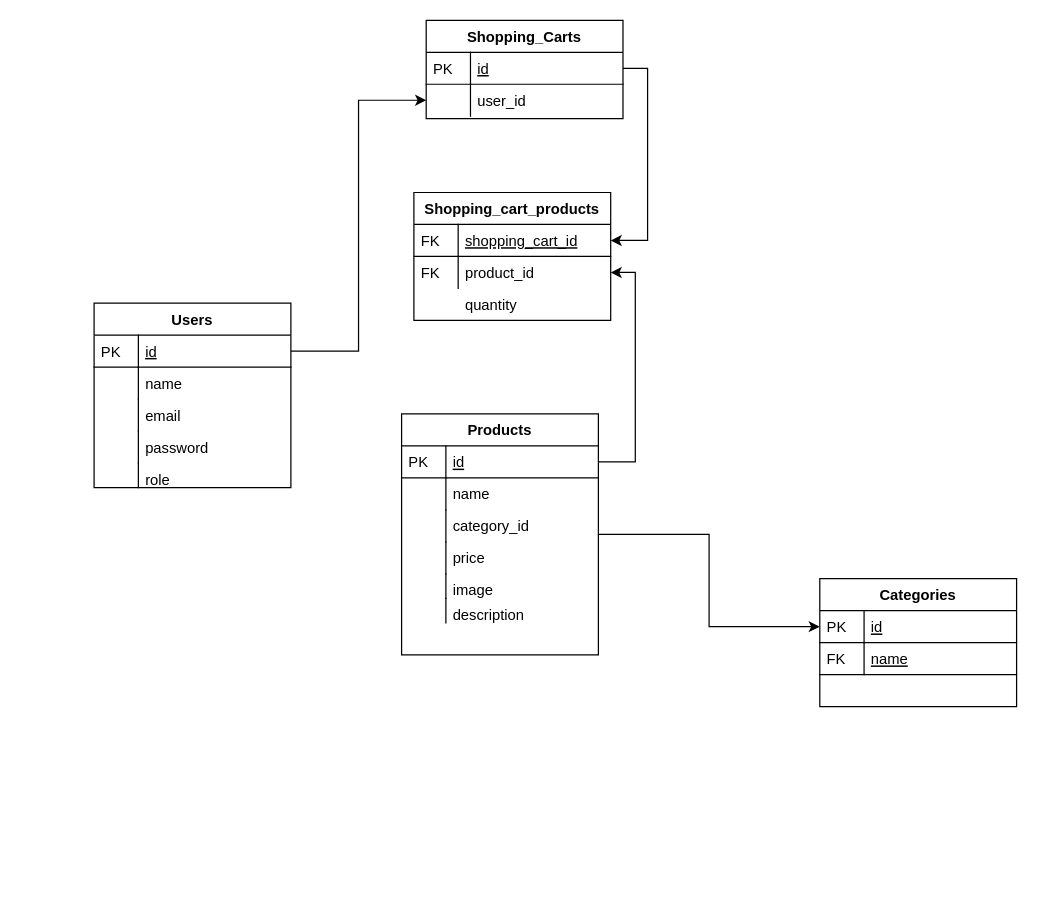
The draw.io diagram db/db-diagram/db-diagram.drawio in AdrianFadiga/e-commerce-api, before the edit. Source tidied: cells renumbered, new cells numbered last; positions are measured from the earlier drawing's top-left corner, leaving out a move shared by most shapes. Both pictures are drawn from the tidied source at 123%, with x=0, y=0 at pixel (93, 20).
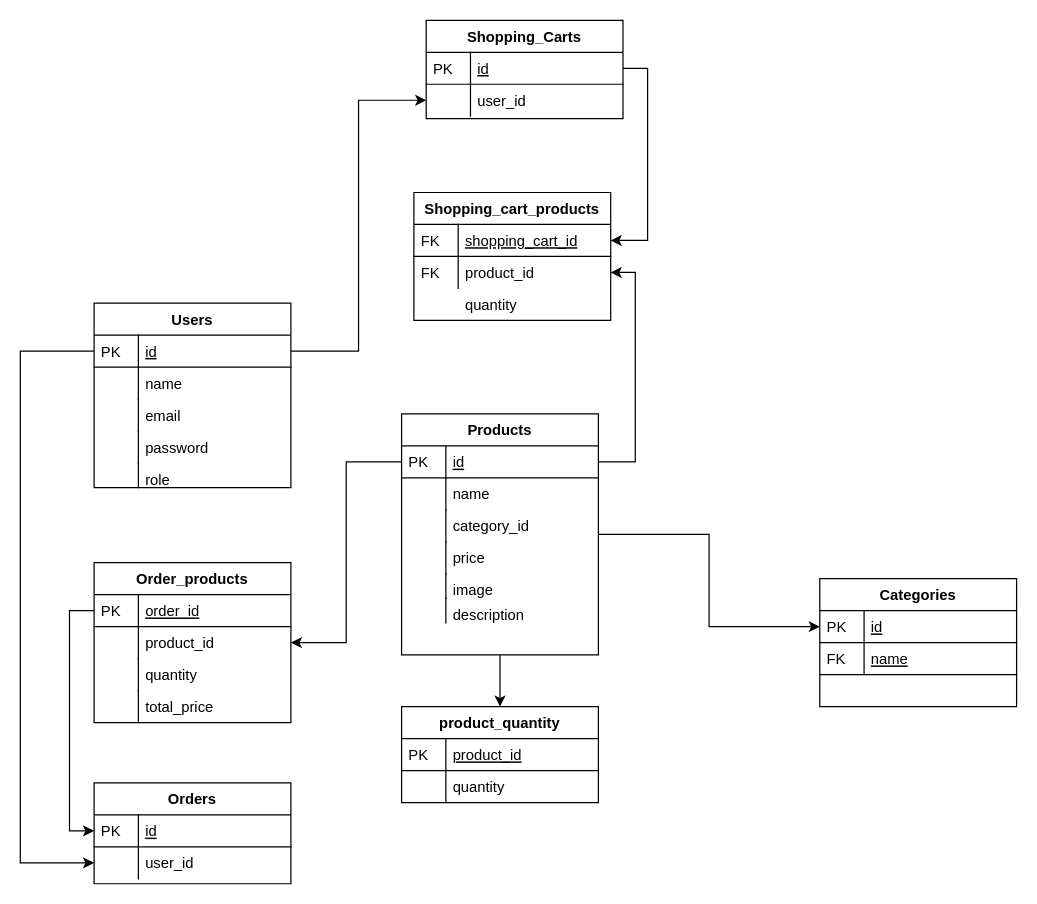
The same page after the edit.

Commit message (it also covers changes not shown here):
feat: add quantity to products

Unchanged cells that the change refers to:
```xml
<mxCell id="3" value="Products" style="swimlane;fontStyle=1;horizontal=1;startSize=26;rounded=0;shadow=0;strokeWidth=1;" parent="1" vertex="1">
  <mxGeometry x="250" y="320" width="160" height="196" as="geometry" />
</mxCell>
<mxCell id="4" value="id" style="shape=partialRectangle;top=0;left=0;right=0;bottom=1;align=left;verticalAlign=top;fillColor=none;spacingLeft=40;spacingRight=4;overflow=hidden;points=[[0,0.5],[1,0.5]];portConstraint=eastwest;rounded=0;shadow=0;strokeWidth=1;fontStyle=4;" parent="3" vertex="1">
  <mxGeometry y="26" width="160" height="26" as="geometry" />
</mxCell>
<mxCell id="22" value="id" style="shape=partialRectangle;top=0;left=0;right=0;bottom=1;align=left;verticalAlign=top;fillColor=none;spacingLeft=40;spacingRight=4;overflow=hidden;points=[[0,0.5],[1,0.5]];portConstraint=eastwest;rounded=0;shadow=0;strokeWidth=1;fontStyle=4;" parent="21" vertex="1">
  <mxGeometry y="26" width="160" height="26" as="geometry" />
</mxCell>
```

What changed in the source:
```diff
@@
+    <mxCell id="46" style="edgeStyle=orthogonalEdgeStyle;rounded=0;jettySize=auto;html=1;exitX=0.5;exitY=1;exitDx=0;exitDy=0;" parent="1" edge="1" source="3" target="64">
+      <mxGeometry relative="1" as="geometry" />
+    </mxCell>
@@
+    <mxCell id="47" value="Orders" style="swimlane;fontStyle=1;horizontal=1;startSize=26;rounded=0;shadow=0;strokeWidth=1;" parent="1" vertex="1">
+      <mxGeometry y="620" width="160" height="82" as="geometry" />
+    </mxCell>
+    <mxCell id="48" value="id" style="shape=partialRectangle;top=0;left=0;right=0;bottom=1;align=left;verticalAlign=top;fillColor=none;spacingLeft=40;spacingRight=4;overflow=hidden;points=[[0,0.5],[1,0.5]];portConstraint=eastwest;rounded=0;shadow=0;strokeWidth=1;fontStyle=4;" parent="47" vertex="1">
+      <mxGeometry y="26" width="160" height="26" as="geometry" />
+    </mxCell>
+    <mxCell id="49" value="PK" style="shape=partialRectangle;top=0;left=0;bottom=0;fillColor=none;align=left;verticalAlign=top;spacingLeft=4;spacingRight=4;overflow=hidden;" parent="48" vertex="1">
+      <mxGeometry width="36" height="26" as="geometry" />
+    </mxCell>
+    <mxCell id="50" value="user_id" style="shape=partialRectangle;top=0;left=0;right=0;bottom=0;align=left;verticalAlign=top;fillColor=none;spacingLeft=40;spacingRight=4;overflow=hidden;points=[[0,0.5],[1,0.5]];portConstraint=eastwest;rounded=0;shadow=0;strokeWidth=1;" parent="47" vertex="1">
+      <mxGeometry y="52" width="160" height="26" as="geometry" />
+    </mxCell>
+    <mxCell id="51" style="shape=partialRectangle;top=0;left=0;bottom=0;fillColor=none;align=left;verticalAlign=top;spacingLeft=4;spacingRight=4;overflow=hidden;" parent="50" vertex="1">
+      <mxGeometry width="36" height="26" as="geometry" />
+    </mxCell>
+    <mxCell id="52" value="Order_products" style="swimlane;fontStyle=1;horizontal=1;startSize=26;rounded=0;shadow=0;strokeWidth=1;" parent="1" vertex="1">
+      <mxGeometry y="441" width="160" height="130" as="geometry" />
+    </mxCell>
+    <mxCell id="53" value="order_id" style="shape=partialRectangle;top=0;left=0;right=0;bottom=1;align=left;verticalAlign=top;fillColor=none;spacingLeft=40;spacingRight=4;overflow=hidden;points=[[0,0.5],[1,0.5]];portConstraint=eastwest;rounded=0;shadow=0;strokeWidth=1;fontStyle=4;" parent="52" vertex="1">
+      <mxGeometry y="26" width="160" height="26" as="geometry" />
+    </mxCell>
+    <mxCell id="54" value="PK" style="shape=partialRectangle;top=0;left=0;bottom=0;fillColor=none;align=left;verticalAlign=top;spacingLeft=4;spacingRight=4;overflow=hidden;" parent="53" vertex="1">
+      <mxGeometry width="36" height="26" as="geometry" />
+    </mxCell>
+    <mxCell id="55" value="product_id" style="shape=partialRectangle;top=0;left=0;right=0;bottom=0;align=left;verticalAlign=top;fillColor=none;spacingLeft=40;spacingRight=4;overflow=hidden;points=[[0,0.5],[1,0.5]];portConstraint=eastwest;rounded=0;shadow=0;strokeWidth=1;" parent="52" vertex="1">
+      <mxGeometry y="52" width="160" height="26" as="geometry" />
+    </mxCell>
+    <mxCell id="56" style="shape=partialRectangle;top=0;left=0;bottom=0;fillColor=none;align=left;verticalAlign=top;spacingLeft=4;spacingRight=4;overflow=hidden;" parent="55" vertex="1">
+      <mxGeometry width="36" height="26" as="geometry" />
+    </mxCell>
+    <mxCell id="57" value="quantity" style="shape=partialRectangle;top=0;left=0;right=0;bottom=0;align=left;verticalAlign=top;fillColor=none;spacingLeft=40;spacingRight=4;overflow=hidden;rounded=0;shadow=0;strokeWidth=1;" parent="52" vertex="1">
+      <mxGeometry y="78" width="160" height="26" as="geometry" />
+    </mxCell>
+    <mxCell id="58" style="shape=partialRectangle;top=0;left=0;bottom=0;fillColor=none;align=left;verticalAlign=top;spacingLeft=4;spacingRight=4;overflow=hidden;" parent="57" vertex="1">
+      <mxGeometry width="36" height="26" as="geometry" />
+    </mxCell>
+    <mxCell id="59" value="total_price" style="shape=partialRectangle;top=0;left=0;right=0;bottom=0;align=left;verticalAlign=top;fillColor=none;spacingLeft=40;spacingRight=4;overflow=hidden;rounded=0;shadow=0;strokeWidth=1;" parent="52" vertex="1">
+      <mxGeometry y="104" width="160" height="26" as="geometry" />
+    </mxCell>
+    <mxCell id="60" style="shape=partialRectangle;top=0;left=0;bottom=0;fillColor=none;align=left;verticalAlign=top;spacingLeft=4;spacingRight=4;overflow=hidden;" parent="59" vertex="1">
+      <mxGeometry width="36" height="26" as="geometry" />
+    </mxCell>
+    <mxCell id="61" style="edgeStyle=orthogonalEdgeStyle;rounded=0;jettySize=auto;html=1;entryX=1;entryY=0.5;entryDx=0;entryDy=0;" parent="1" edge="1" source="4" target="55">
+      <mxGeometry relative="1" as="geometry" />
+    </mxCell>
+    <mxCell id="62" style="edgeStyle=orthogonalEdgeStyle;rounded=0;jettySize=auto;html=1;exitX=0;exitY=0.5;exitDx=0;exitDy=0;entryX=0;entryY=0.5;entryDx=0;entryDy=0;" parent="1" edge="1" source="53" target="48">
+      <mxGeometry relative="1" as="geometry" />
+    </mxCell>
+    <mxCell id="63" style="edgeStyle=orthogonalEdgeStyle;rounded=0;jettySize=auto;html=1;exitX=0;exitY=0.5;exitDx=0;exitDy=0;entryX=0;entryY=0.5;entryDx=0;entryDy=0;" parent="1" edge="1" source="22" target="50">
+      <mxGeometry relative="1" as="geometry">
+        <Array as="points">
+          <mxPoint x="-60" y="269" />
+          <mxPoint x="-60" y="685" />
+        </Array>
+      </mxGeometry>
+    </mxCell>
+    <mxCell id="64" value="product_quantity" style="swimlane;fontStyle=1;horizontal=1;startSize=26;rounded=0;shadow=0;strokeWidth=1;" parent="1" vertex="1">
+      <mxGeometry x="250" y="558" width="160" height="78" as="geometry" />
+    </mxCell>
+    <mxCell id="65" value="product_id" style="shape=partialRectangle;top=0;left=0;right=0;bottom=1;align=left;verticalAlign=top;fillColor=none;spacingLeft=40;spacingRight=4;overflow=hidden;rounded=0;shadow=0;strokeWidth=1;fontStyle=4;" parent="64" vertex="1">
+      <mxGeometry y="26" width="160" height="26" as="geometry" />
+    </mxCell>
+    <mxCell id="66" value="PK" style="shape=partialRectangle;top=0;left=0;bottom=0;fillColor=none;align=left;verticalAlign=top;spacingLeft=4;spacingRight=4;overflow=hidden;" parent="65" vertex="1">
+      <mxGeometry width="36" height="26" as="geometry" />
+    </mxCell>
+    <mxCell id="67" value="quantity" style="shape=partialRectangle;top=0;left=0;right=0;bottom=0;align=left;verticalAlign=top;fillColor=none;spacingLeft=40;spacingRight=4;overflow=hidden;rounded=0;shadow=0;strokeWidth=1;" parent="64" vertex="1">
+      <mxGeometry y="52" width="160" height="26" as="geometry" />
+    </mxCell>
+    <mxCell id="68" style="shape=partialRectangle;top=0;left=0;bottom=0;fillColor=none;align=left;verticalAlign=top;spacingLeft=4;spacingRight=4;overflow=hidden;" parent="67" vertex="1">
+      <mxGeometry width="36" height="26" as="geometry" />
+    </mxCell>
```
